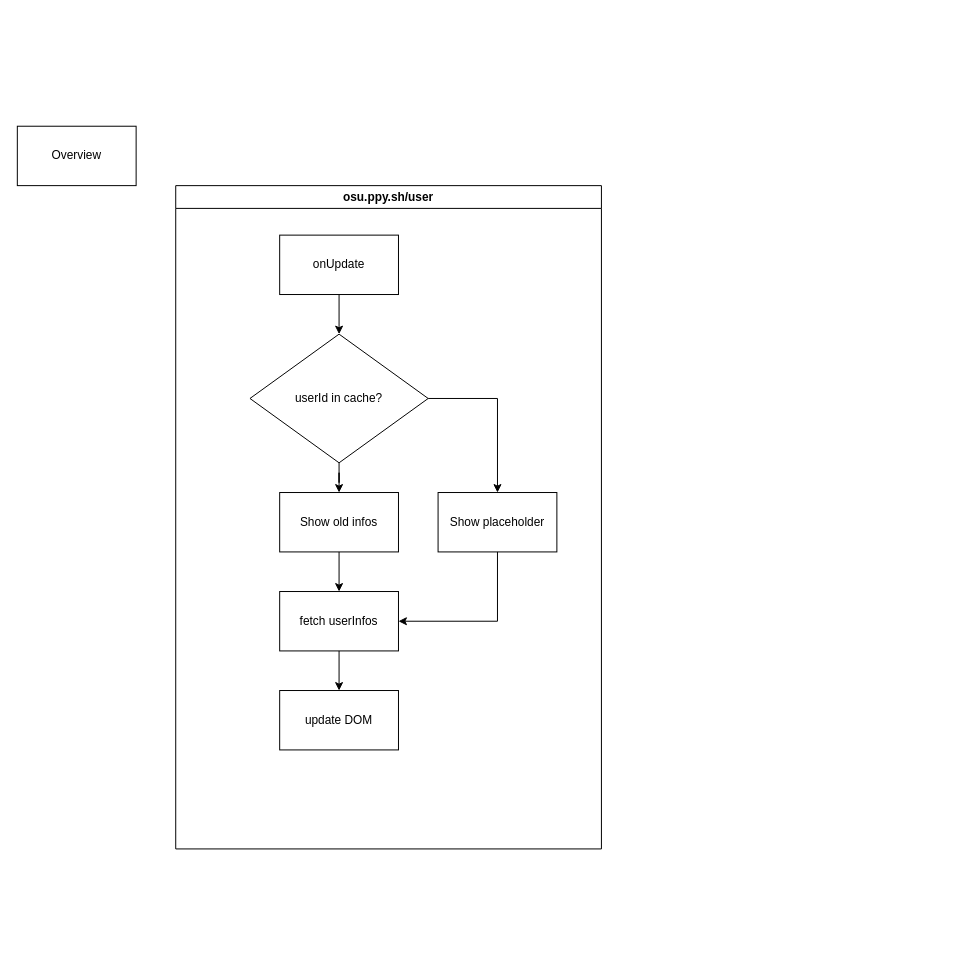
Above: page "Extension" (2 of 3) of BellaFiora.drawio in BellaFiora/BellaFiora (draw.io), before the change. Source tidied: cells renumbered, new cells numbered last; positions are measured from the earlier drawing's top-left corner, leaving out a move shared by most shapes. Both pictures are drawn from the tidied source at 99%, with x=0, y=0 at pixel (17, 126).
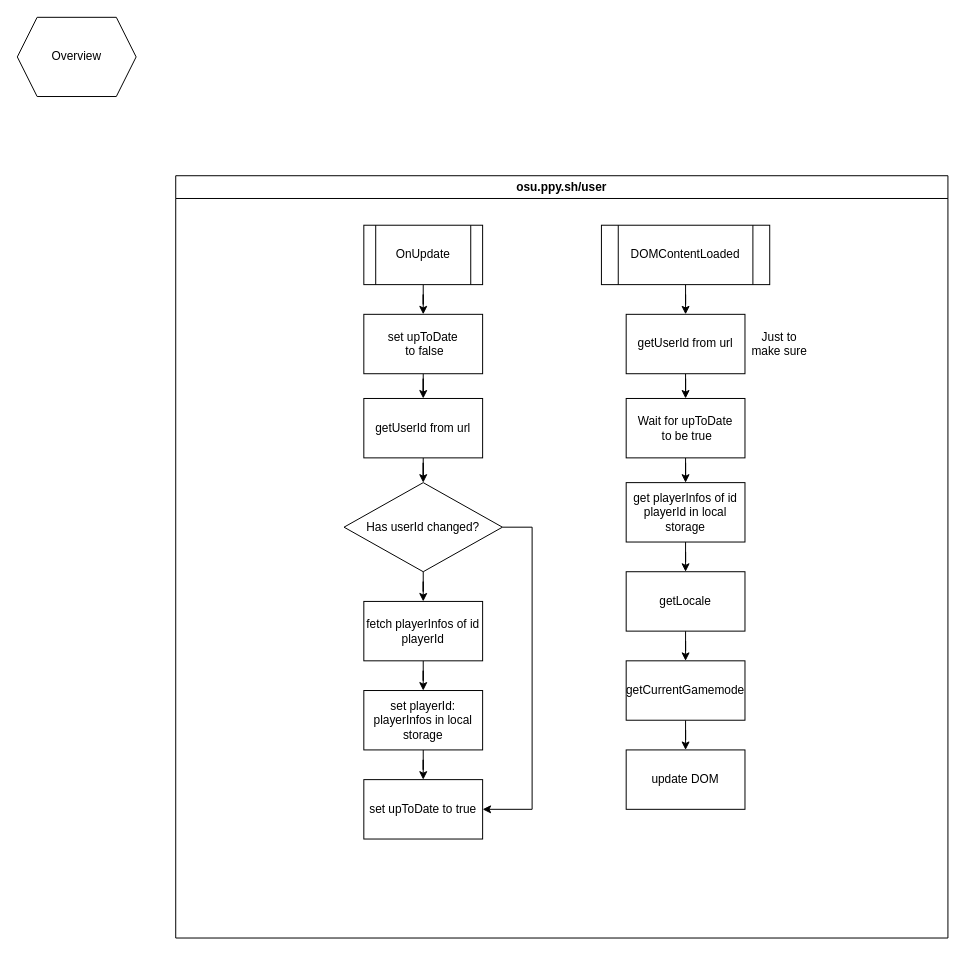
After the change.

What changed in the source:
```diff
@@
     <mxCell id="2" value="osu.ppy.sh/user" style="swimlane;whiteSpace=wrap;html=1;" parent="1" vertex="1">
-      <mxGeometry x="160" y="60" width="430" height="670" as="geometry" />
+      <mxGeometry x="160" y="50" width="780" height="770" as="geometry" />
     </mxCell>
-    <mxCell id="3" value="Show old infos" style="rounded=0;whiteSpace=wrap;html=1;" parent="2" vertex="1">
-      <mxGeometry x="105" y="310" width="120" height="60" as="geometry" />
+    <mxCell id="3" value="set upToDate to true" style="rounded=0;whiteSpace=wrap;html=1;" parent="2" vertex="1">
+      <mxGeometry x="190" y="610" width="120" height="60" as="geometry" />
     </mxCell>
+    <mxCell id="16" style="edgeStyle=orthogonalEdgeStyle;rounded=0;jettySize=auto;html=1;" parent="2" edge="1" source="4" target="23">
+      <mxGeometry relative="1" as="geometry" />
+    </mxCell>
-    <mxCell id="4" value="fetch userInfos" style="rounded=0;whiteSpace=wrap;html=1;" parent="2" vertex="1">
-      <mxGeometry x="105" y="410" width="120" height="60" as="geometry" />
+    <mxCell id="4" value="fetch playerInfos of id playerId" style="rounded=0;whiteSpace=wrap;html=1;" parent="2" vertex="1">
+      <mxGeometry x="190" y="430" width="120" height="60" as="geometry" />
     </mxCell>
-    <mxCell id="5" style="edgeStyle=orthogonalEdgeStyle;rounded=0;jettySize=auto;html=1;exitX=0.5;exitY=1;exitDx=0;exitDy=0;entryX=0.5;entryY=0;entryDx=0;entryDy=0;" parent="2" edge="1" source="3" target="4">
-      <mxGeometry relative="1" as="geometry" />
-    </mxCell>
     <mxCell id="6" value="update DOM" style="rounded=0;whiteSpace=wrap;html=1;" parent="2" vertex="1">
-      <mxGeometry x="105" y="510" width="120" height="60" as="geometry" />
+      <mxGeometry x="455" y="580" width="120" height="60" as="geometry" />
     </mxCell>
-    <mxCell id="7" style="edgeStyle=orthogonalEdgeStyle;rounded=0;jettySize=auto;html=1;exitX=0.5;exitY=1;exitDx=0;exitDy=0;entryX=0.5;entryY=0;entryDx=0;entryDy=0;" parent="2" edge="1" source="4" target="6">
-      <mxGeometry relative="1" as="geometry" />
-    </mxCell>
-    <mxCell id="8" value="Show placeholder" style="rounded=0;whiteSpace=wrap;html=1;" parent="2" vertex="1">
-      <mxGeometry x="265" y="310" width="120" height="60" as="geometry" />
-    </mxCell>
-    <mxCell id="9" style="edgeStyle=orthogonalEdgeStyle;rounded=0;jettySize=auto;html=1;entryX=0.5;entryY=0;entryDx=0;entryDy=0;" parent="2" edge="1" source="10" target="14">
-      <mxGeometry relative="1" as="geometry" />
-    </mxCell>
-    <mxCell id="10" value="onUpdate" style="rounded=0;whiteSpace=wrap;html=1;" parent="2" vertex="1">
-      <mxGeometry x="105" y="50" width="120" height="60" as="geometry" />
-    </mxCell>
-    <mxCell id="11" style="edgeStyle=orthogonalEdgeStyle;rounded=0;jettySize=auto;html=1;exitX=0.5;exitY=1;exitDx=0;exitDy=0;entryX=1;entryY=0.5;entryDx=0;entryDy=0;" parent="2" edge="1" source="8" target="4">
-      <mxGeometry relative="1" as="geometry" />
-    </mxCell>
+    <mxCell id="17" style="edgeStyle=orthogonalEdgeStyle;rounded=0;jettySize=auto;html=1;" parent="2" edge="1" source="14" target="4">
+      <mxGeometry relative="1" as="geometry" />
+    </mxCell>
-    <mxCell id="12" style="edgeStyle=orthogonalEdgeStyle;rounded=0;jettySize=auto;html=1;entryX=0.5;entryY=0;entryDx=0;entryDy=0;" parent="2" edge="1" source="14" target="3">
-      <mxGeometry relative="1" as="geometry" />
+    <mxCell id="12" style="edgeStyle=orthogonalEdgeStyle;rounded=0;jettySize=auto;html=1;entryX=1;entryY=0.5;entryDx=0;entryDy=0;" parent="2" edge="1" source="14" target="3">
+      <mxGeometry relative="1" as="geometry">
+        <Array as="points">
+          <mxPoint x="360" y="355" />
+          <mxPoint x="360" y="640" />
+        </Array>
+      </mxGeometry>
     </mxCell>
-    <mxCell id="13" style="edgeStyle=orthogonalEdgeStyle;rounded=0;jettySize=auto;html=1;entryX=0.5;entryY=0;entryDx=0;entryDy=0;" parent="2" edge="1" source="14" target="8">
-      <mxGeometry relative="1" as="geometry" />
-    </mxCell>
-    <mxCell id="14" value="userId in cache?" style="rhombus;whiteSpace=wrap;html=1;" parent="2" vertex="1">
-      <mxGeometry x="75" y="150" width="180" height="130" as="geometry" />
+    <mxCell id="14" value="Has userId changed?" style="rhombus;whiteSpace=wrap;html=1;" parent="2" vertex="1">
+      <mxGeometry x="170" y="310" width="160" height="90" as="geometry" />
     </mxCell>
+    <mxCell id="18" style="edgeStyle=orthogonalEdgeStyle;rounded=0;jettySize=auto;html=1;" parent="2" edge="1" source="19" target="14">
+      <mxGeometry relative="1" as="geometry" />
+    </mxCell>
+    <mxCell id="19" value="getUserId from url" style="rounded=0;whiteSpace=wrap;html=1;" parent="2" vertex="1">
+      <mxGeometry x="190" y="225" width="120" height="60" as="geometry" />
+    </mxCell>
+    <mxCell id="20" style="edgeStyle=orthogonalEdgeStyle;rounded=0;jettySize=auto;html=1;" parent="2" edge="1" source="21" target="30">
+      <mxGeometry relative="1" as="geometry" />
+    </mxCell>
+    <mxCell id="21" value="OnUpdate" style="shape=process;whiteSpace=wrap;html=1;backgroundOutline=1;" parent="2" vertex="1">
+      <mxGeometry x="190" y="50" width="120" height="60" as="geometry" />
+    </mxCell>
+    <mxCell id="22" style="edgeStyle=orthogonalEdgeStyle;rounded=0;jettySize=auto;html=1;" parent="2" edge="1" source="23" target="3">
+      <mxGeometry relative="1" as="geometry" />
+    </mxCell>
+    <mxCell id="23" value="set playerId: playerInfos in local storage" style="rounded=0;whiteSpace=wrap;html=1;" parent="2" vertex="1">
+      <mxGeometry x="190" y="520" width="120" height="60" as="geometry" />
+    </mxCell>
+    <mxCell id="24" style="edgeStyle=orthogonalEdgeStyle;rounded=0;jettySize=auto;html=1;" parent="2" edge="1" source="25" target="27">
+      <mxGeometry relative="1" as="geometry" />
+    </mxCell>
+    <mxCell id="25" value="DOMContentLoaded" style="shape=process;whiteSpace=wrap;html=1;backgroundOutline=1;" parent="2" vertex="1">
+      <mxGeometry x="430" y="50" width="170" height="60" as="geometry" />
+    </mxCell>
+    <mxCell id="26" style="edgeStyle=orthogonalEdgeStyle;rounded=0;jettySize=auto;html=1;" parent="2" edge="1" source="27" target="32">
+      <mxGeometry relative="1" as="geometry" />
+    </mxCell>
+    <mxCell id="27" value="getUserId from url" style="rounded=0;whiteSpace=wrap;html=1;" parent="2" vertex="1">
+      <mxGeometry x="455" y="140" width="120" height="60" as="geometry" />
+    </mxCell>
+    <mxCell id="28" value="Just to make sure" style="text;html=1;strokeColor=none;fillColor=none;align=center;verticalAlign=middle;whiteSpace=wrap;rounded=0;" parent="2" vertex="1">
+      <mxGeometry x="580" y="155" width="60" height="30" as="geometry" />
+    </mxCell>
+    <mxCell id="29" style="edgeStyle=orthogonalEdgeStyle;rounded=0;jettySize=auto;html=1;" parent="2" edge="1" source="30" target="19">
+      <mxGeometry relative="1" as="geometry" />
+    </mxCell>
+    <mxCell id="30" value="set upToDate&lt;br&gt;&amp;nbsp;to false" style="rounded=0;whiteSpace=wrap;html=1;" parent="2" vertex="1">
+      <mxGeometry x="190" y="140" width="120" height="60" as="geometry" />
+    </mxCell>
+    <mxCell id="31" style="edgeStyle=orthogonalEdgeStyle;rounded=0;jettySize=auto;html=1;" parent="2" edge="1" source="32" target="34">
+      <mxGeometry relative="1" as="geometry" />
+    </mxCell>
+    <mxCell id="32" value="Wait for upToDate&lt;br&gt;&amp;nbsp;to be true" style="rounded=0;whiteSpace=wrap;html=1;" parent="2" vertex="1">
+      <mxGeometry x="455" y="225" width="120" height="60" as="geometry" />
+    </mxCell>
+    <mxCell id="33" style="edgeStyle=orthogonalEdgeStyle;rounded=0;jettySize=auto;html=1;" parent="2" edge="1" source="34" target="36">
+      <mxGeometry relative="1" as="geometry" />
+    </mxCell>
+    <mxCell id="34" value="get playerInfos of id playerId in local storage" style="rounded=0;whiteSpace=wrap;html=1;" parent="2" vertex="1">
+      <mxGeometry x="455" y="310" width="120" height="60" as="geometry" />
+    </mxCell>
+    <mxCell id="35" style="edgeStyle=orthogonalEdgeStyle;rounded=0;jettySize=auto;html=1;" parent="2" edge="1" source="36" target="38">
+      <mxGeometry relative="1" as="geometry" />
+    </mxCell>
+    <mxCell id="36" value="getLocale" style="rounded=0;whiteSpace=wrap;html=1;" parent="2" vertex="1">
+      <mxGeometry x="455" y="400" width="120" height="60" as="geometry" />
+    </mxCell>
+    <mxCell id="37" style="edgeStyle=orthogonalEdgeStyle;rounded=0;jettySize=auto;html=1;" parent="2" edge="1" source="38" target="6">
+      <mxGeometry relative="1" as="geometry" />
+    </mxCell>
+    <mxCell id="38" value="getCurrentGamemode" style="rounded=0;whiteSpace=wrap;html=1;" parent="2" vertex="1">
+      <mxGeometry x="455" y="490" width="120" height="60" as="geometry" />
+    </mxCell>
-    <mxCell id="15" value="Overview" style="rounded=0;whiteSpace=wrap;html=1;" parent="1" vertex="1">
-      <mxGeometry width="120" height="60" as="geometry" />
+    <mxCell id="15" value="Overview" style="shape=hexagon;perimeter=hexagonPerimeter2;whiteSpace=wrap;html=1;fixedSize=1;" parent="1" vertex="1">
+      <mxGeometry y="-110" width="120" height="80" as="geometry" />
     </mxCell>
```
